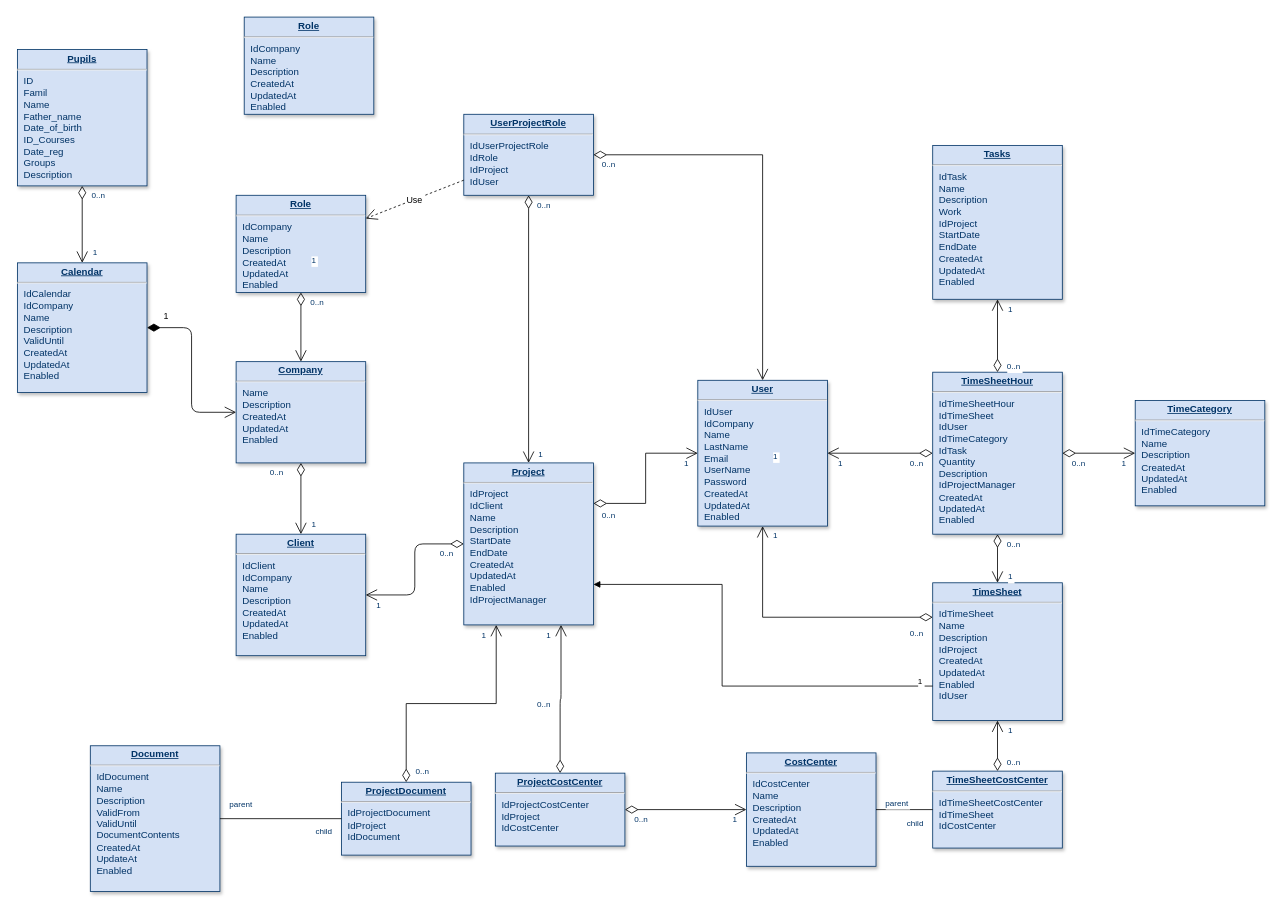
The draw.io diagram Диаграмма без названия.drawio in IsaevSlava2001/repetitor_site, before the edit. Source tidied: cells renumbered, new cells numbered last; positions are measured from the earlier drawing's top-left corner, leaving out a move shared by most shapes. Both pictures are drawn from the tidied source at 81%, with x=0, y=0 at pixel (17, 17).
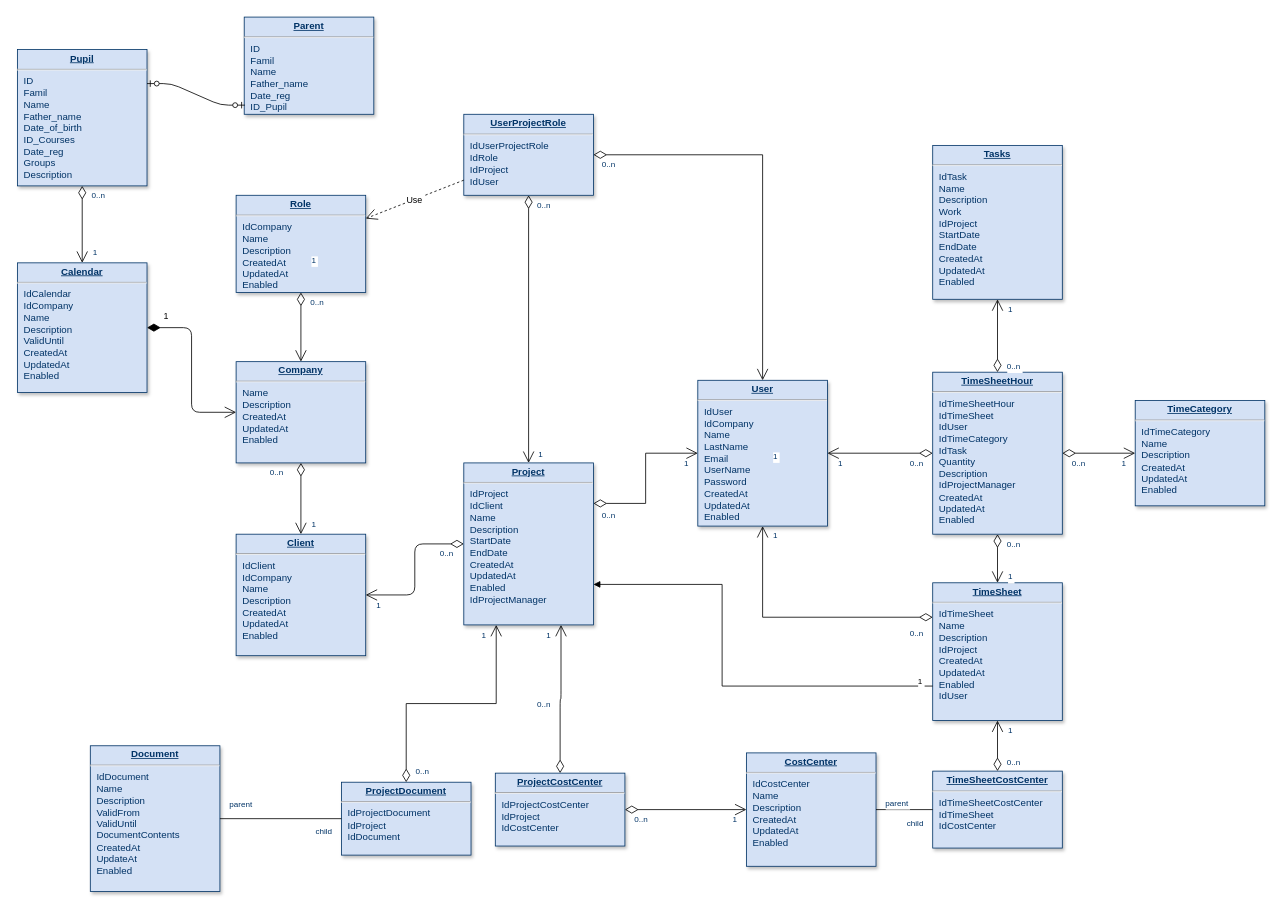
The same diagram, later.

Change to the diagram source:
```diff
@@
-    <mxCell id="8" value="&lt;p style=&quot;margin: 0px ; margin-top: 4px ; text-align: center ; text-decoration: underline&quot;&gt;&lt;b&gt;Pupils&lt;/b&gt;&lt;/p&gt;&lt;hr&gt;&lt;p style=&quot;margin: 0px ; margin-left: 8px&quot;&gt;ID&lt;/p&gt;&lt;p style=&quot;margin: 0px ; margin-left: 8px&quot;&gt;Famil&lt;/p&gt;&lt;p style=&quot;margin: 0px ; margin-left: 8px&quot;&gt;Name&lt;/p&gt;&lt;p style=&quot;margin: 0px ; margin-left: 8px&quot;&gt;Father_name&lt;/p&gt;&lt;p style=&quot;margin: 0px ; margin-left: 8px&quot;&gt;Date_of_birth&lt;/p&gt;&lt;p style=&quot;margin: 0px ; margin-left: 8px&quot;&gt;ID_Courses&lt;/p&gt;&lt;p style=&quot;margin: 0px ; margin-left: 8px&quot;&gt;Date_reg&lt;/p&gt;&lt;p style=&quot;margin: 0px ; margin-left: 8px&quot;&gt;Groups&lt;/p&gt;&lt;p style=&quot;margin: 0px ; margin-left: 8px&quot;&gt;Description&lt;/p&gt;" style="verticalAlign=top;align=left;overflow=fill;fontSize=12;fontFamily=Helvetica;html=1;strokeColor=#003366;shadow=1;fillColor=#D4E1F5;fontColor=#003366;" parent="1" vertex="1">
+    <mxCell id="8" value="&lt;p style=&quot;margin: 0px ; margin-top: 4px ; text-align: center ; text-decoration: underline&quot;&gt;&lt;b&gt;Pupil&lt;/b&gt;&lt;/p&gt;&lt;hr&gt;&lt;p style=&quot;margin: 0px ; margin-left: 8px&quot;&gt;ID&lt;/p&gt;&lt;p style=&quot;margin: 0px ; margin-left: 8px&quot;&gt;Famil&lt;/p&gt;&lt;p style=&quot;margin: 0px ; margin-left: 8px&quot;&gt;Name&lt;/p&gt;&lt;p style=&quot;margin: 0px ; margin-left: 8px&quot;&gt;Father_name&lt;/p&gt;&lt;p style=&quot;margin: 0px ; margin-left: 8px&quot;&gt;Date_of_birth&lt;/p&gt;&lt;p style=&quot;margin: 0px ; margin-left: 8px&quot;&gt;ID_Courses&lt;/p&gt;&lt;p style=&quot;margin: 0px ; margin-left: 8px&quot;&gt;Date_reg&lt;/p&gt;&lt;p style=&quot;margin: 0px ; margin-left: 8px&quot;&gt;Groups&lt;/p&gt;&lt;p style=&quot;margin: 0px ; margin-left: 8px&quot;&gt;Description&lt;/p&gt;" style="verticalAlign=top;align=left;overflow=fill;fontSize=12;fontFamily=Helvetica;html=1;strokeColor=#003366;shadow=1;fillColor=#D4E1F5;fontColor=#003366;" parent="1" vertex="1">
       <mxGeometry y="39.6" width="160" height="168.4" as="geometry" />
     </mxCell>
@@
-    <mxCell id="77" value="&lt;p style=&quot;margin: 0px; margin-top: 4px; text-align: center; text-decoration: underline;&quot;&gt;&lt;strong&gt;Role&lt;/strong&gt;&lt;/p&gt;&lt;hr /&gt;&lt;p style=&quot;margin: 0px; margin-left: 8px;&quot;&gt;IdCompany&lt;br /&gt;Name&lt;/p&gt;&lt;p style=&quot;margin: 0px; margin-left: 8px;&quot;&gt;Description&lt;/p&gt;&lt;p style=&quot;margin: 0px; margin-left: 8px;&quot;&gt;CreatedAt&lt;/p&gt;&lt;p style=&quot;margin: 0px; margin-left: 8px;&quot;&gt;UpdatedAt&lt;/p&gt;&lt;p style=&quot;margin: 0px; margin-left: 8px;&quot;&gt;Enabled&lt;/p&gt;" style="verticalAlign=top;align=left;overflow=fill;fontSize=12;fontFamily=Helvetica;html=1;strokeColor=#003366;shadow=1;fillColor=#D4E1F5;fontColor=#003366;" parent="1" vertex="1">
+    <mxCell id="77" value="&lt;p style=&quot;margin: 0px ; margin-top: 4px ; text-align: center ; text-decoration: underline&quot;&gt;&lt;strong&gt;Parent&lt;/strong&gt;&lt;/p&gt;&lt;hr&gt;&lt;p style=&quot;margin: 0px ; margin-left: 8px&quot;&gt;ID&lt;br&gt;Famil&lt;/p&gt;&lt;p style=&quot;margin: 0px ; margin-left: 8px&quot;&gt;Name&lt;/p&gt;&lt;p style=&quot;margin: 0px ; margin-left: 8px&quot;&gt;Father_name&lt;/p&gt;&lt;p style=&quot;margin: 0px ; margin-left: 8px&quot;&gt;Date_reg&lt;/p&gt;&lt;p style=&quot;margin: 0px ; margin-left: 8px&quot;&gt;ID_Pupil&lt;/p&gt;" style="verticalAlign=top;align=left;overflow=fill;fontSize=12;fontFamily=Helvetica;html=1;strokeColor=#003366;shadow=1;fillColor=#D4E1F5;fontColor=#003366;" parent="1" vertex="1">
       <mxGeometry x="280" y="-0.4" width="160" height="120" as="geometry" />
     </mxCell>
+    <mxCell id="78" style="edgeStyle=entityRelationEdgeStyle;fontSize=12;html=1;endArrow=ERzeroToOne;endFill=1;startArrow=ERzeroToOne;startFill=1;entryX=0.005;entryY=0.906;entryDx=0;entryDy=0;entryPerimeter=0;exitX=1;exitY=0.25;exitDx=0;exitDy=0;" parent="1" edge="1" source="8" target="77">
+      <mxGeometry relative="1" as="geometry" />
+    </mxCell>
```
